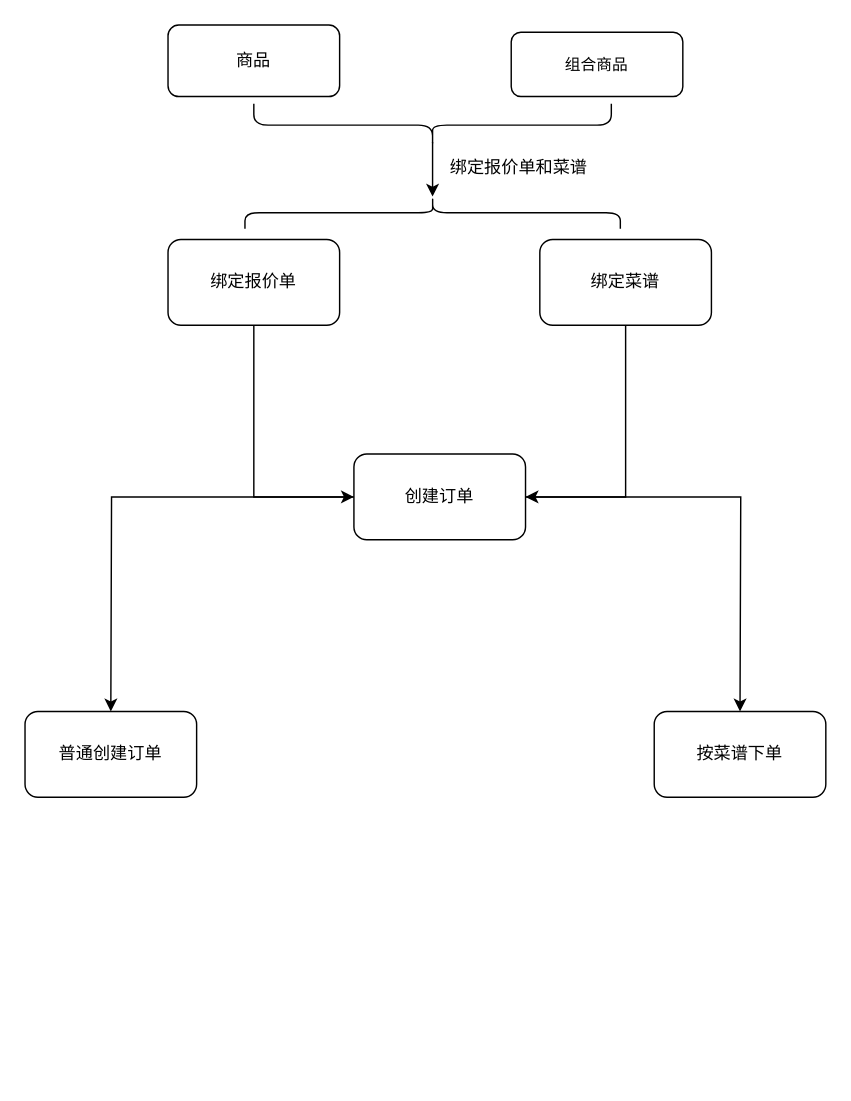
pcorvoh/-warehouse keeps this draw.io diagram as gm_order_server.drawio. Above is the earlier version. Source tidied: cells renumbered, new cells numbered last; positions are measured from the earlier drawing's top-left corner, leaving out a move shared by most shapes. Both pictures are drawn from the tidied source at 143%, with x=0, y=0 at pixel (24, -54).
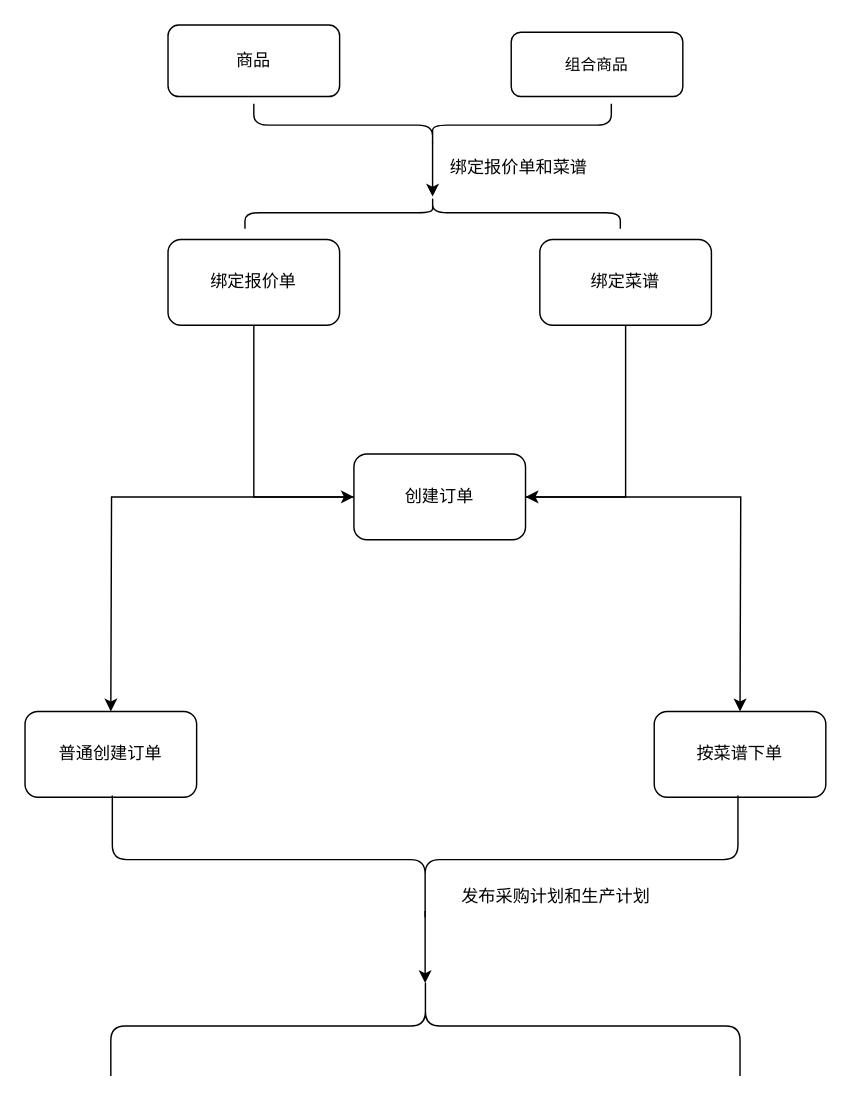
The same diagram, later.

Change to the diagram source:
```diff
@@
+    <mxCell id="17" style="edgeStyle=orthogonalEdgeStyle;rounded=0;jettySize=auto;html=1;exitX=0.1;exitY=0.5;exitDx=0;exitDy=0;exitPerimeter=0;" parent="1" edge="1" source="18">
+      <mxGeometry relative="1" as="geometry">
+        <mxPoint x="279.8" y="725" as="targetPoint" />
+      </mxGeometry>
+    </mxCell>
+    <mxCell id="18" style="shape=curlyBracket;whiteSpace=wrap;html=1;rounded=1;rotation=-90;" parent="1" vertex="1">
+      <mxGeometry x="234.9" y="419.9" width="89.8" height="437.5" as="geometry" />
+    </mxCell>
+    <mxCell id="19" value="发布采购计划和生产计划" style="text;html=1;align=center;verticalAlign=middle;strokeColor=none;" parent="1" vertex="1">
+      <mxGeometry x="296.2" y="655" width="150" height="20" as="geometry" />
+    </mxCell>
+    <mxCell id="20" style="shape=curlyBracket;whiteSpace=wrap;html=1;rounded=1;rotation=90;" parent="1" vertex="1">
+      <mxGeometry x="245" y="535" width="70" height="440" as="geometry" />
+    </mxCell>
```
